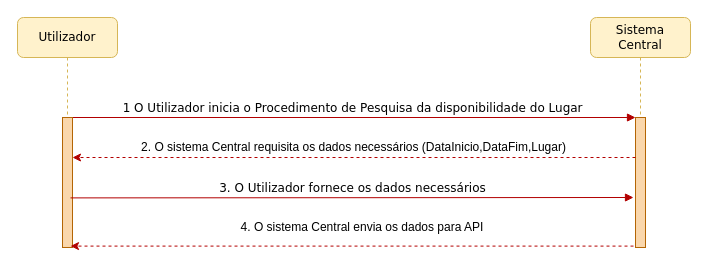
Before: User Stories/UC9/UC-9.drawio in PauloTor/UPskillDOTNET, a draw.io diagram. Source tidied: cells renumbered, new cells numbered last; positions are measured from the earlier drawing's top-left corner, leaving out a move shared by most shapes. Both pictures are drawn from the tidied source at 100%, with x=0, y=0 at pixel (17, 17).
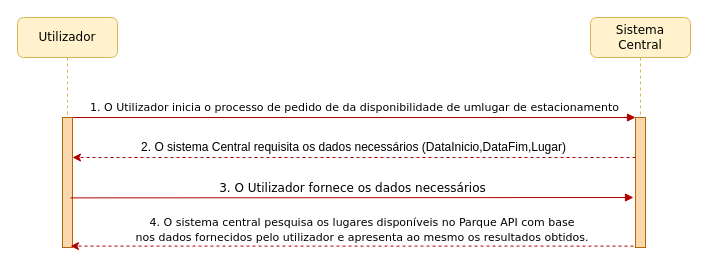
Above is the later version.

The edit, as a diff of the source:
```diff
@@
 <mxGraphModel background="#ffffff">
   <root>
     <mxCell id="0" />
     <mxCell id="1" parent="0" />
     <mxCell id="2" value="Sistema&lt;br&gt;Central" style="shape=umlLifeline;perimeter=lifelinePerimeter;whiteSpace=wrap;html=1;rounded=1;shadow=0;comic=0;labelBackgroundColor=none;strokeWidth=1;fontFamily=Verdana;fontSize=12;align=center;fillColor=#fff2cc;strokeColor=#d6b656;" parent="1" vertex="1">
       <mxGeometry x="573" width="100" height="230" as="geometry" />
     </mxCell>
     <mxCell id="3" style="html=1;points=[];perimeter=orthogonalPerimeter;rounded=0;shadow=0;comic=0;labelBackgroundColor=none;strokeWidth=1;fontFamily=Verdana;fontSize=12;align=center;fillColor=#fad7ac;strokeColor=#b46504;" parent="2" vertex="1">
       <mxGeometry x="45" y="100" width="10" height="130" as="geometry" />
     </mxCell>
-    <mxCell id="4" value="1 O Utilizador inicia o Procedimento de Pesquisa da disponibilidade do Lugar&amp;nbsp;" style="html=1;verticalAlign=bottom;endArrow=block;entryX=0;entryY=0;labelBackgroundColor=none;fontFamily=Verdana;fontSize=12;edgeStyle=elbowEdgeStyle;elbow=vertical;exitX=1;exitY=0;exitDx=0;exitDy=0;exitPerimeter=0;fillColor=#e51400;strokeColor=#B20000;" parent="1" edge="1" target="3">
+    <mxCell id="4" value="&lt;span style=&quot;line-height: 107%&quot;&gt;&lt;font style=&quot;font-size: 11px&quot;&gt;1. O Utilizador inicia o processo de pedido de da disponibilidade de umlugar de estacionamento&lt;/font&gt;&lt;/span&gt;" style="html=1;verticalAlign=bottom;endArrow=block;entryX=0;entryY=0;labelBackgroundColor=none;fontFamily=Verdana;fontSize=12;edgeStyle=elbowEdgeStyle;elbow=vertical;exitX=1;exitY=0;exitDx=0;exitDy=0;exitPerimeter=0;fillColor=#e51400;strokeColor=#B20000;" parent="1" edge="1" target="3">
       <mxGeometry relative="1" as="geometry">
         <mxPoint x="55" y="100" as="sourcePoint" />
       </mxGeometry>
     </mxCell>
     <mxCell id="5" style="endArrow=classic;html=1;dashed=1;entryX=1.6;entryY=0.227;entryDx=0;entryDy=0;entryPerimeter=0;fillColor=#e51400;strokeColor=#B20000;" parent="1" edge="1">
       <mxGeometry relative="1" as="geometry">
         <mxPoint x="618" y="140" as="sourcePoint" />
         <mxPoint x="55" y="140" as="targetPoint" />
       </mxGeometry>
     </mxCell>
-    <mxCell id="6" value="4. O sistema Central envia os dados para API&lt;br&gt;" style="text;html=1;strokeColor=none;fillColor=none;align=center;verticalAlign=middle;whiteSpace=wrap;rounded=0;" parent="1" vertex="1">
-      <mxGeometry x="100" y="200" width="490" height="20" as="geometry" />
+    <mxCell id="6" value="&lt;span style=&quot;line-height: 107% ; font-size: 11px&quot;&gt;&lt;font face=&quot;Verdana&quot; style=&quot;font-size: 11px&quot;&gt;4. O sistema central pesquisa os lugares disponíveis no Parque API com base&lt;br&gt;nos dados fornecidos pelo utilizador e apresenta ao mesmo os resultados obtidos.&lt;/font&gt;&lt;/span&gt;" style="text;html=1;strokeColor=none;fillColor=none;align=center;verticalAlign=middle;whiteSpace=wrap;rounded=0;" parent="1" vertex="1">
+      <mxGeometry x="100" y="202" width="490" height="20" as="geometry" />
     </mxCell>
     <mxCell id="7" value="Utilizador" style="shape=umlLifeline;perimeter=lifelinePerimeter;whiteSpace=wrap;html=1;rounded=1;shadow=0;comic=0;labelBackgroundColor=none;strokeWidth=1;fontFamily=Verdana;fontSize=12;align=center;fillColor=#fff2cc;strokeColor=#d6b656;" parent="1" vertex="1">
       <mxGeometry width="100" height="230" as="geometry" />
     </mxCell>
     <mxCell id="8" style="html=1;perimeter=orthogonalPerimeter;rounded=0;shadow=0;comic=0;labelBackgroundColor=none;strokeWidth=1;fontFamily=Verdana;fontSize=12;align=center;fillColor=#fad7ac;strokeColor=#b46504;" parent="7" vertex="1">
       <mxGeometry x="45" y="100" width="10" height="130" as="geometry" />
     </mxCell>
     <mxCell id="9" style="endArrow=classic;html=1;dashed=1;entryX=1.6;entryY=0.227;entryDx=0;entryDy=0;entryPerimeter=0;fillColor=#e51400;strokeColor=#B20000;" parent="1" edge="1">
       <mxGeometry relative="1" as="geometry">
         <mxPoint x="616" y="228.6" as="sourcePoint" />
         <mxPoint x="53" y="228.6" as="targetPoint" />
       </mxGeometry>
     </mxCell>
     <mxCell id="10" value="3. O Utilizador fornece os dados necessários" style="html=1;verticalAlign=bottom;endArrow=block;entryX=0;entryY=0;labelBackgroundColor=none;fontFamily=Verdana;fontSize=12;edgeStyle=elbowEdgeStyle;elbow=vertical;exitX=1;exitY=0;exitDx=0;exitDy=0;exitPerimeter=0;fillColor=#e51400;strokeColor=#B20000;" parent="1" edge="1">
       <mxGeometry relative="1" as="geometry">
         <mxPoint x="53" y="180.4" as="sourcePoint" />
         <mxPoint x="616" y="180.4" as="targetPoint" />
       </mxGeometry>
     </mxCell>
     <mxCell id="11" value="2. O sistema Central requisita os dados necessários (DataInicio,DataFim,Lugar)" style="text;html=1;strokeColor=none;fillColor=none;align=center;verticalAlign=middle;whiteSpace=wrap;rounded=0;" parent="1" vertex="1">
       <mxGeometry x="83" y="120" width="507" height="20" as="geometry" />
     </mxCell>
   </root>
 </mxGraphModel>
```
